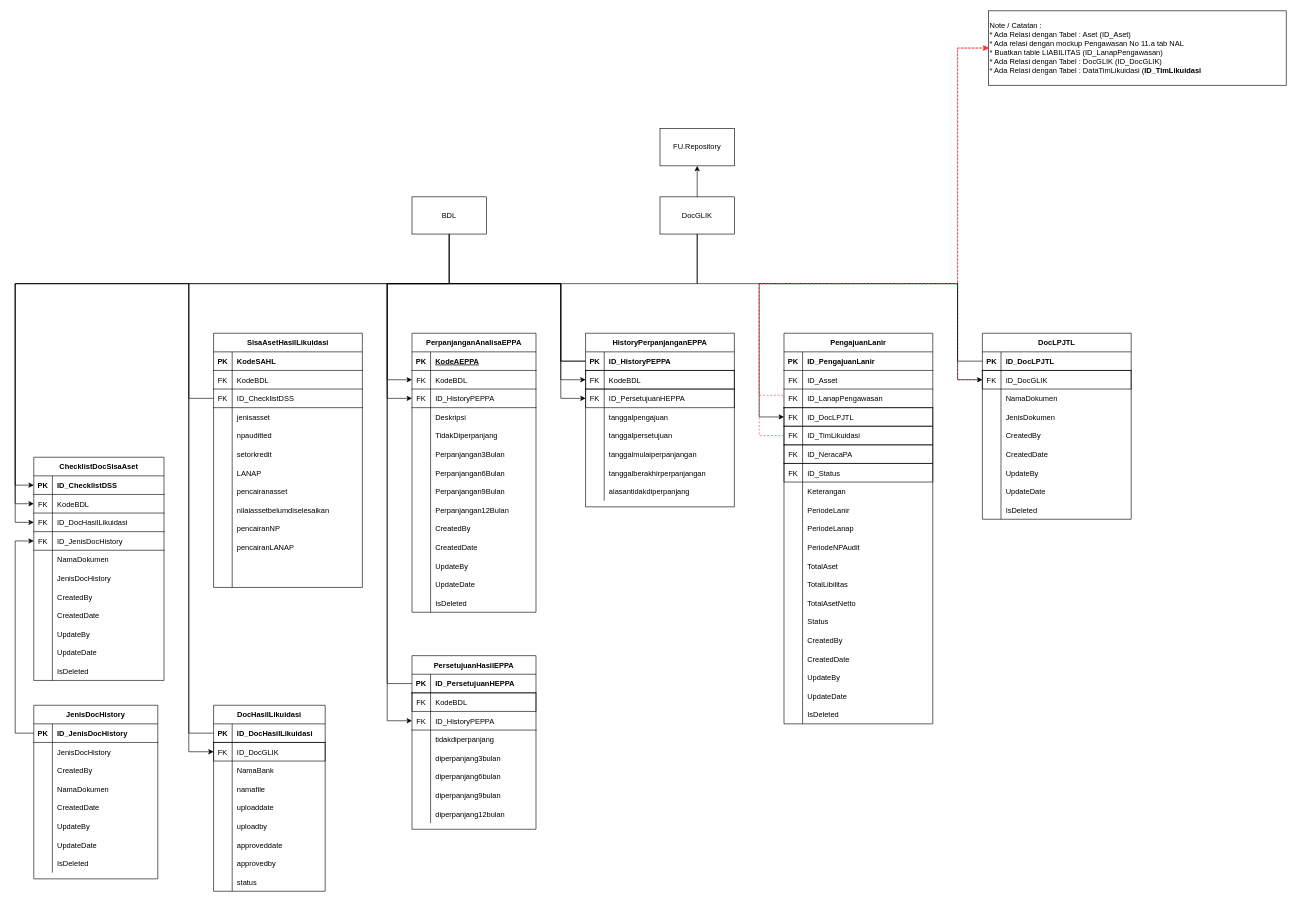
Above: Domain Model - Likuidasi Pengakhiran.drawio in reshafahlevi/GLIK-DM (draw.io), before the change. Source tidied: cells renumbered, new cells numbered last; positions are measured from the earlier drawing's top-left corner, leaving out a move shared by most shapes. Both pictures are drawn from the tidied source at 62%, with x=0, y=0 at pixel (15, 11).
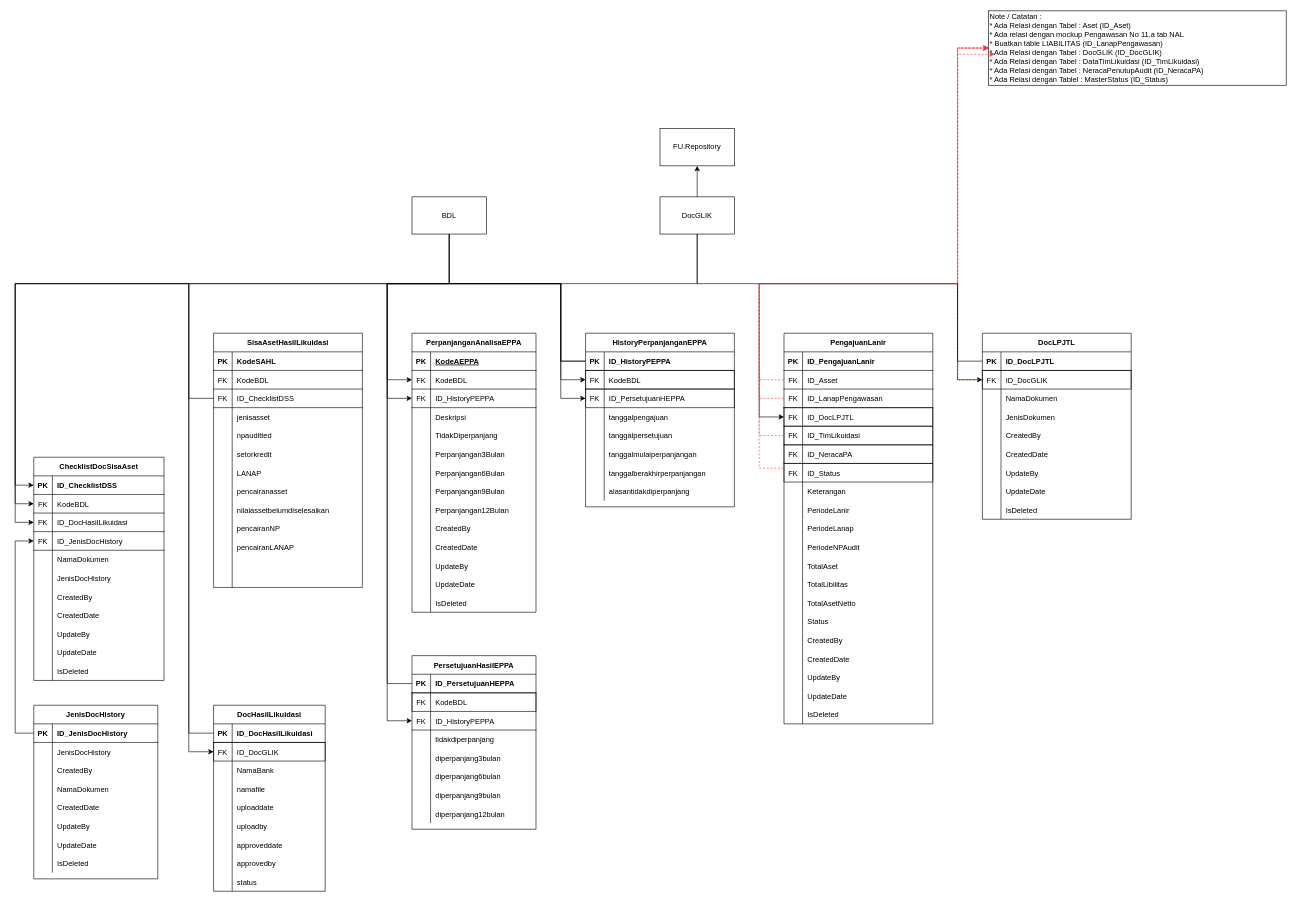
After the change.

The change refers to these unchanged cells:
```xml
<mxCell id="232" style="shape=partialRectangle;fillColor=none;top=0;left=0;bottom=1;right=0;points=[[0,0.5],[1,0.5]];portConstraint=eastwest;" parent="228" vertex="1">
  <mxGeometry y="60" width="240" height="30" as="geometry" />
</mxCell>
<mxCell id="235" style="shape=partialRectangle;fillColor=none;top=0;left=0;bottom=1;right=0;points=[[0,0.5],[1,0.5]];portConstraint=eastwest;" parent="228" vertex="1">
  <mxGeometry y="90" width="240" height="30" as="geometry" />
</mxCell>
<mxCell id="247" style="shape=partialRectangle;fillColor=none;top=1;left=1;bottom=1;right=1;points=[[0,0.5],[1,0.5]];portConstraint=eastwest;" parent="228" vertex="1">
  <mxGeometry y="210" width="240" height="30" as="geometry" />
</mxCell>
```

What changed in the source:
```diff
@@
-    <mxCell id="290" value="Note / Catatan :&amp;nbsp;&lt;br&gt;* Ada Relasi dengan Tabel : Aset (ID_Aset)&lt;br&gt;&lt;div&gt;* Ada relasi dengan mockup Pengawasan No 11.a tab NAL&lt;span&gt;&amp;nbsp;&lt;/span&gt;&lt;/div&gt;&lt;div&gt;* Buatkan table LIABILITAS (ID_LanapPengawasan)&lt;/div&gt;* Ada Relasi dengan Tabel : DocGLIK (ID_DocGLIK)&lt;br&gt;* Ada Relasi dengan Tabel : DataTimLikuidasi (&lt;span style=&quot;font-weight: 700&quot;&gt;ID_TimLikuidasi&lt;/span&gt;" style="rounded=0;whiteSpace=wrap;html=1;fillColor=none;align=left;" parent="1" vertex="1">
+    <mxCell id="290" value="Note / Catatan :&amp;nbsp;&lt;br&gt;* Ada Relasi dengan Tabel : Aset (ID_Aset)&lt;br&gt;&lt;div&gt;* Ada relasi dengan mockup Pengawasan No 11.a tab NAL&lt;span&gt;&amp;nbsp;&lt;/span&gt;&lt;/div&gt;&lt;div&gt;* Buatkan table LIABILITAS (ID_LanapPengawasan)&lt;/div&gt;* Ada Relasi dengan Tabel : DocGLIK (ID_DocGLIK)&lt;br&gt;* Ada Relasi dengan Tabel : DataTimLikuidasi (ID_TimLikuidasi)&lt;br&gt;* Ada Relasi dengan Tabel :&amp;nbsp;&lt;span style=&quot;text-align: center&quot;&gt;NeracaPenutupAudit (&lt;/span&gt;&lt;span&gt;ID_NeracaPA)&lt;br&gt;&lt;/span&gt;&lt;span style=&quot;text-align: center&quot;&gt;* Ada Relasi dengan Tablel : MasterStatus (ID_Status)&lt;br&gt;&lt;/span&gt;" style="rounded=0;whiteSpace=wrap;html=1;fillColor=none;align=left;" parent="1" vertex="1">
       <mxGeometry x="1570" width="480" height="120" as="geometry" />
     </mxCell>
@@
     <mxCell id="331" style="edgeStyle=orthogonalEdgeStyle;rounded=0;jettySize=auto;html=1;exitX=0;exitY=0.5;exitDx=0;exitDy=0;entryX=0;entryY=0.5;entryDx=0;entryDy=0;strokeColor=#FF3333;dashed=1;" parent="1" edge="1" source="235" target="290">
       <mxGeometry relative="1" as="geometry">
         <Array as="points">
-          <mxPoint x="1240" y="620" />
-          <mxPoint x="1200" y="620" />
+          <mxPoint x="1200" y="625" />
           <mxPoint x="1200" y="440" />
           <mxPoint x="1520" y="440" />
           <mxPoint x="1520" y="60" />
         </Array>
       </mxGeometry>
     </mxCell>
+    <mxCell id="332" style="edgeStyle=orthogonalEdgeStyle;rounded=0;jettySize=auto;html=1;exitX=-0.003;exitY=0.256;exitDx=0;exitDy=0;entryX=0;entryY=0.5;entryDx=0;entryDy=0;strokeColor=#FF3333;dashed=1;exitPerimeter=0;" parent="1" edge="1" source="247" target="290">
+      <mxGeometry relative="1" as="geometry">
+        <Array as="points">
+          <mxPoint x="1200" y="738" />
+          <mxPoint x="1200" y="440" />
+          <mxPoint x="1520" y="440" />
+          <mxPoint x="1520" y="60" />
+        </Array>
+      </mxGeometry>
+    </mxCell>
+    <mxCell id="333" style="edgeStyle=orthogonalEdgeStyle;rounded=0;jettySize=auto;html=1;exitX=0;exitY=0.5;exitDx=0;exitDy=0;entryX=0;entryY=0.5;entryDx=0;entryDy=0;strokeColor=#FF3333;dashed=1;" parent="1" edge="1" source="232">
+      <mxGeometry relative="1" as="geometry">
+        <mxPoint x="1580" y="70" as="targetPoint" />
+        <Array as="points">
+          <mxPoint x="1200" y="595" />
+          <mxPoint x="1200" y="440" />
+          <mxPoint x="1520" y="440" />
+          <mxPoint x="1520" y="70" />
+        </Array>
+      </mxGeometry>
+    </mxCell>
```
